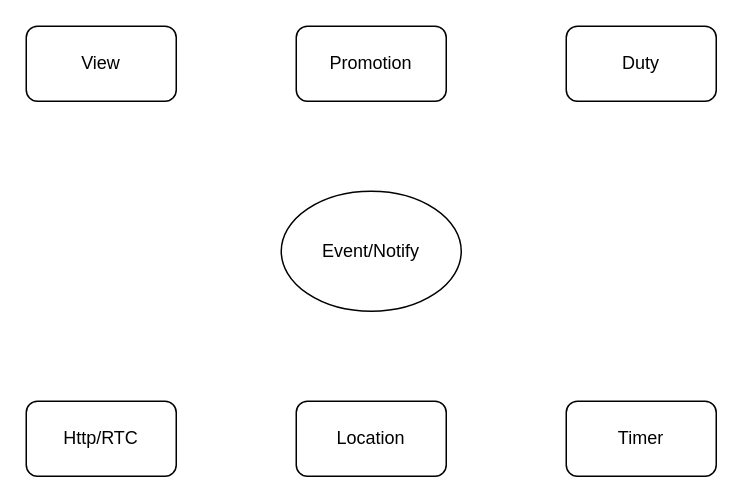
The draw.io diagram page "event" (3 of 3) of EDP.drawio in cer-cer/notes, before the edit. Source tidied: cells renumbered, new cells numbered last; positions are measured from the earlier drawing's top-left corner, leaving out a move shared by most shapes. Both pictures are drawn from the tidied source at 150%, with x=0, y=0 at pixel (26, 26).
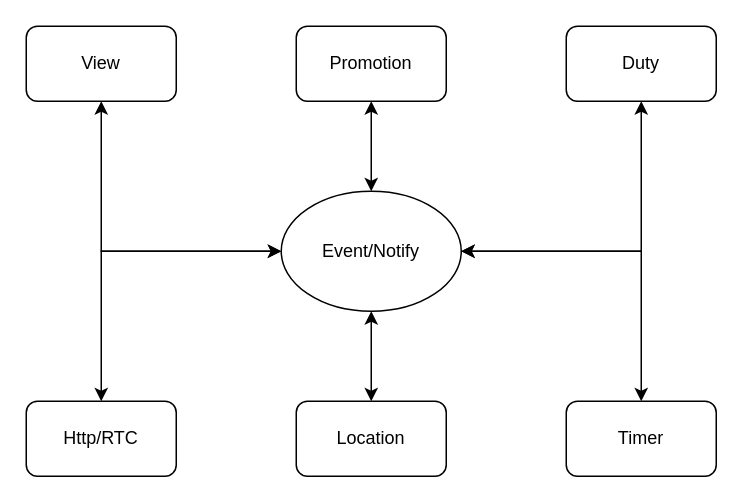
The same page after the edit.

Unchanged cells that the change refers to:
```xml
<mxCell id="2" value="Event/Notify" style="ellipse;whiteSpace=wrap;html=1;" parent="1" vertex="1">
  <mxGeometry x="170" y="110" width="120" height="80" as="geometry" />
</mxCell>
<mxCell id="3" value="Http/RTC" style="rounded=1;whiteSpace=wrap;html=1;" parent="1" vertex="1">
  <mxGeometry y="250" width="100" height="50" as="geometry" />
</mxCell>
<mxCell id="4" value="Location" style="rounded=1;whiteSpace=wrap;html=1;" parent="1" vertex="1">
  <mxGeometry x="180" y="250" width="100" height="50" as="geometry" />
</mxCell>
<mxCell id="5" value="Timer" style="rounded=1;whiteSpace=wrap;html=1;" parent="1" vertex="1">
  <mxGeometry x="360" y="250" width="100" height="50" as="geometry" />
</mxCell>
<mxCell id="6" value="View" style="rounded=1;whiteSpace=wrap;html=1;" parent="1" vertex="1">
  <mxGeometry width="100" height="50" as="geometry" />
</mxCell>
<mxCell id="7" value="Promotion" style="rounded=1;whiteSpace=wrap;html=1;" parent="1" vertex="1">
  <mxGeometry x="180" width="100" height="50" as="geometry" />
</mxCell>
<mxCell id="8" value="Duty" style="rounded=1;whiteSpace=wrap;html=1;" parent="1" vertex="1">
  <mxGeometry x="360" width="100" height="50" as="geometry" />
</mxCell>
```

Diff of the diagram source:
```diff
@@
+    <mxCell id="9" style="edgeStyle=orthogonalEdgeStyle;rounded=0;jettySize=auto;html=1;startArrow=classic;startFill=1;" parent="1" edge="1" source="3">
+      <mxGeometry relative="1" as="geometry">
+        <mxPoint x="170" y="150" as="targetPoint" />
+        <Array as="points">
+          <mxPoint x="50" y="150" />
+        </Array>
+      </mxGeometry>
+    </mxCell>
@@
+    <mxCell id="10" style="edgeStyle=orthogonalEdgeStyle;rounded=0;jettySize=auto;html=1;entryX=0.5;entryY=1;entryDx=0;entryDy=0;startArrow=classic;startFill=1;" parent="1" edge="1" source="4" target="2">
+      <mxGeometry relative="1" as="geometry" />
+    </mxCell>
@@
+    <mxCell id="11" style="edgeStyle=orthogonalEdgeStyle;rounded=0;jettySize=auto;html=1;startArrow=classic;startFill=1;" parent="1" edge="1" source="5">
+      <mxGeometry relative="1" as="geometry">
+        <mxPoint x="290" y="150" as="targetPoint" />
+        <Array as="points">
+          <mxPoint x="410" y="150" />
+        </Array>
+      </mxGeometry>
+    </mxCell>
@@
+    <mxCell id="12" style="edgeStyle=orthogonalEdgeStyle;rounded=0;jettySize=auto;html=1;entryX=0;entryY=0.5;entryDx=0;entryDy=0;startArrow=classic;startFill=1;" parent="1" edge="1" source="6" target="2">
+      <mxGeometry relative="1" as="geometry">
+        <Array as="points">
+          <mxPoint x="50" y="150" />
+        </Array>
+      </mxGeometry>
+    </mxCell>
@@
+    <mxCell id="13" style="edgeStyle=orthogonalEdgeStyle;rounded=0;jettySize=auto;html=1;entryX=0.5;entryY=0;entryDx=0;entryDy=0;startArrow=classic;startFill=1;" parent="1" edge="1" source="7" target="2">
+      <mxGeometry relative="1" as="geometry" />
+    </mxCell>
@@
+    <mxCell id="14" style="edgeStyle=orthogonalEdgeStyle;rounded=0;jettySize=auto;html=1;entryX=1;entryY=0.5;entryDx=0;entryDy=0;startArrow=classic;startFill=1;" parent="1" edge="1" source="8" target="2">
+      <mxGeometry relative="1" as="geometry">
+        <Array as="points">
+          <mxPoint x="410" y="150" />
+        </Array>
+      </mxGeometry>
+    </mxCell>
```
